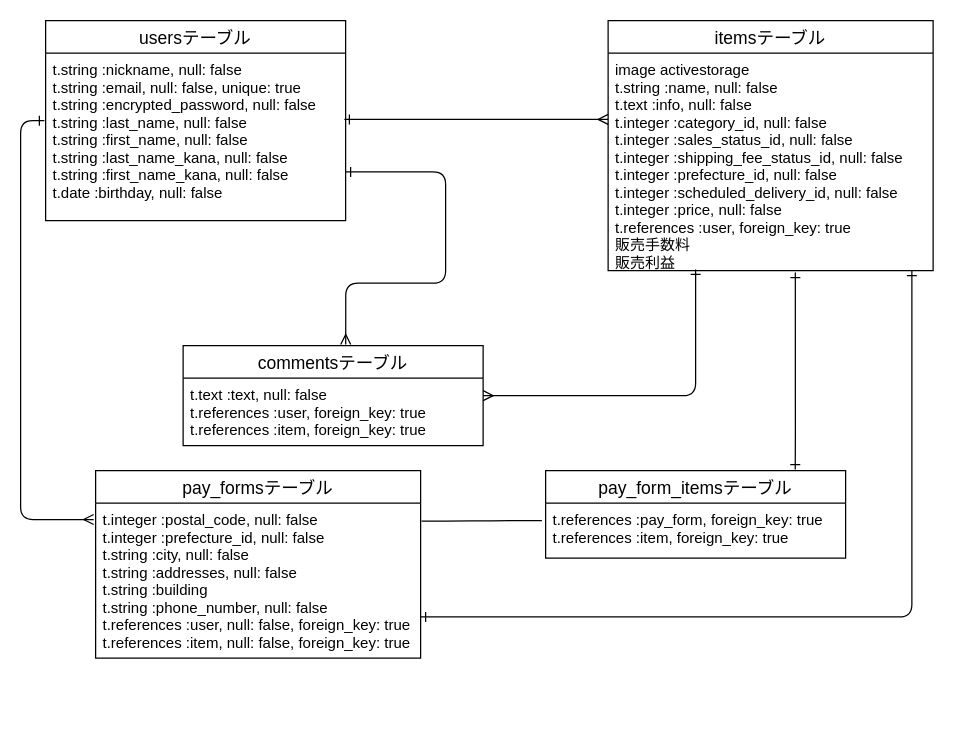
This is er.dio from ASHINA4/furima-35894, a draw.io file, before an edit. Source tidied: cells renumbered, new cells numbered last; positions are measured from the earlier drawing's top-left corner, leaving out a move shared by most shapes. Both pictures are drawn from the tidied source at 125%, with x=0, y=0 at pixel (20, 20).
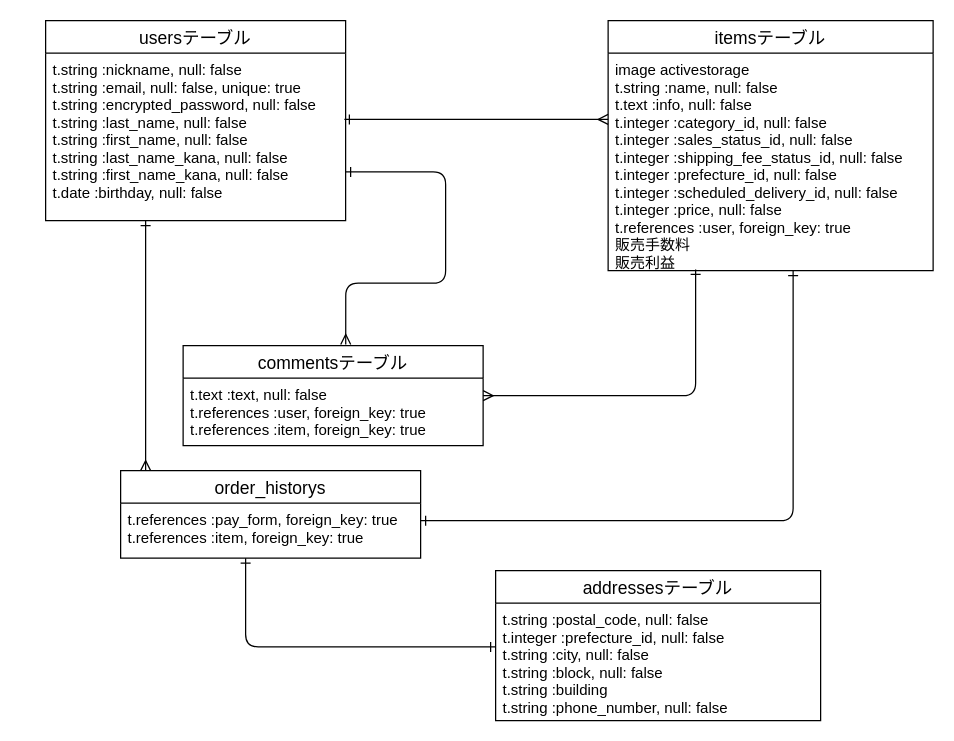
The same diagram, later.

Commit message (it also covers changes not shown here):
修正：コードレビュー３回目

Unchanged cells that the change refers to:
```xml
<mxCell id="5" value="image activestorage&#10;t.string :name,           null: false&#10;t.text :info, null: false&#10;t.integer :category_id, null: false&#10;t.integer :sales_status_id, null: false&#10;t.integer :shipping_fee_status_id, null: false&#10;t.integer :prefecture_id, null: false&#10;t.integer :scheduled_delivery_id, null: false&#10;      t.integer :price, null: false&#10;t.references :user, foreign_key: true&#10;販売手数料&#10;販売利益&#10;&#10;&#10;&#10;" style="text;strokeColor=none;fillColor=none;spacingLeft=4;spacingRight=4;overflow=hidden;points=[[0,0.5],[1,0.5]];portConstraint=eastwest;fontSize=12;" parent="4" vertex="1">
  <mxGeometry y="26" width="260" height="174" as="geometry" />
</mxCell>
<mxCell id="15" value="t.references :pay_form, foreign_key: true&#10;t.references :item, foreign_key: true" style="text;strokeColor=none;fillColor=none;spacingLeft=4;spacingRight=4;overflow=hidden;points=[[0,0.5],[1,0.5]];portConstraint=eastwest;fontSize=12;" parent="14" vertex="1">
  <mxGeometry y="26" width="240" height="44" as="geometry" />
</mxCell>
```

The edit, as a diff of the source:
```diff
@@
-    <mxCell id="6" value="pay_formsテーブル" style="swimlane;fontStyle=0;horizontal=1;startSize=26;align=center;fontSize=14;" parent="1" vertex="1">
-      <mxGeometry x="60" y="360" width="260" height="150" as="geometry" />
+    <mxCell id="6" value="addressesテーブル" style="swimlane;fontStyle=0;horizontal=1;startSize=26;align=center;fontSize=14;" parent="1" vertex="1">
+      <mxGeometry x="380" y="440" width="260" height="120" as="geometry" />
     </mxCell>
-    <mxCell id="7" value="t.integer :postal_code, null: false&#10;t.integer :prefecture_id, null: false&#10;t.string :city,          null: false&#10;t.string :addresses,         null: false&#10;      t.string :building&#10;      t.string :phone_number, null: false&#10;t.references :user, null: false, foreign_key: true&#10;t.references :item, null: false, foreign_key: true" style="text;strokeColor=none;fillColor=none;spacingLeft=4;spacingRight=4;overflow=hidden;points=[[0,0.5],[1,0.5]];portConstraint=eastwest;fontSize=12;" parent="6" vertex="1">
-      <mxGeometry y="26" width="260" height="124" as="geometry" />
-    </mxCell>
+    <mxCell id="19" value="t.string :postal_code, null: false&#10;t.integer :prefecture_id, null: false&#10;t.string :city,          null: false&#10;t.string :block,         null: false&#10;      t.string :building&#10;      t.string :phone_number, null: false" style="text;strokeColor=none;fillColor=none;spacingLeft=4;spacingRight=4;overflow=hidden;fontSize=12;" parent="6" vertex="1">
+      <mxGeometry y="26" width="260" height="94" as="geometry" />
+    </mxCell>
@@
-    <mxCell id="12" style="edgeStyle=orthogonalEdgeStyle;fontSize=12;html=1;endArrow=ERmany;endFill=0;startArrow=ERone;startFill=0;entryX=-0.006;entryY=0.106;entryDx=0;entryDy=0;entryPerimeter=0;" parent="1" edge="1" target="7">
+    <mxCell id="12" style="edgeStyle=orthogonalEdgeStyle;fontSize=12;html=1;endArrow=ERmany;endFill=0;startArrow=ERone;startFill=0;" parent="1" edge="1">
       <mxGeometry relative="1" as="geometry">
-        <mxPoint x="19" y="80" as="sourcePoint" />
+        <mxPoint x="100" y="160" as="sourcePoint" />
+        <mxPoint x="100" y="360" as="targetPoint" />
         <Array as="points">
-          <mxPoint y="80" />
-          <mxPoint y="399" />
+          <mxPoint x="100" y="230" />
+          <mxPoint x="100" y="230" />
         </Array>
       </mxGeometry>
     </mxCell>
@@
-    <mxCell id="14" value="pay_form_itemsテーブル" style="swimlane;fontStyle=0;horizontal=1;startSize=26;align=center;fontSize=14;" parent="1" vertex="1">
-      <mxGeometry x="420" y="360" width="240" height="70" as="geometry" />
+    <mxCell id="14" value="order_historys" style="swimlane;fontStyle=0;horizontal=1;startSize=26;align=center;fontSize=14;" parent="1" vertex="1">
+      <mxGeometry x="80" y="360" width="240" height="70" as="geometry" />
     </mxCell>
@@
-    <mxCell id="16" style="edgeStyle=entityRelationEdgeStyle;fontSize=12;html=1;endArrow=none;endFill=0;exitX=1.003;exitY=0.116;exitDx=0;exitDy=0;exitPerimeter=0;" parent="1" edge="1" source="7">
-      <mxGeometry relative="1" as="geometry">
-        <mxPoint x="417" y="400" as="targetPoint" />
-      </mxGeometry>
-    </mxCell>
-    <mxCell id="17" style="edgeStyle=orthogonalEdgeStyle;fontSize=12;html=1;endArrow=ERone;endFill=0;exitX=0.576;exitY=1.009;exitDx=0;exitDy=0;exitPerimeter=0;entryX=0.832;entryY=-0.012;entryDx=0;entryDy=0;entryPerimeter=0;startArrow=ERone;startFill=0;" parent="1" edge="1" source="5" target="14">
-      <mxGeometry relative="1" as="geometry">
-        <Array as="points">
-          <mxPoint x="620" y="340" />
-          <mxPoint x="620" y="340" />
-        </Array>
-      </mxGeometry>
-    </mxCell>
-    <mxCell id="18" style="edgeStyle=orthogonalEdgeStyle;fontSize=12;html=1;endArrow=ERone;endFill=1;startArrow=ERone;startFill=0;" parent="1" edge="1">
+    <mxCell id="18" style="edgeStyle=orthogonalEdgeStyle;fontSize=12;html=1;endArrow=ERone;endFill=1;startArrow=ERone;startFill=0;" parent="1" edge="1" target="5">
       <mxGeometry relative="1" as="geometry">
-        <mxPoint x="320" y="477" as="sourcePoint" />
-        <mxPoint x="713" y="200" as="targetPoint" />
+        <mxPoint x="320" y="400" as="sourcePoint" />
         <Array as="points">
-          <mxPoint x="713" y="477" />
+          <mxPoint x="618" y="400" />
         </Array>
       </mxGeometry>
     </mxCell>
+    <mxCell id="20" style="edgeStyle=orthogonalEdgeStyle;fontSize=12;html=1;endArrow=ERone;endFill=0;startArrow=ERone;startFill=0;" parent="1" edge="1" target="15">
+      <mxGeometry relative="1" as="geometry">
+        <mxPoint x="380" y="501" as="sourcePoint" />
+        <Array as="points">
+          <mxPoint x="180" y="501" />
+        </Array>
+      </mxGeometry>
+    </mxCell>
```
